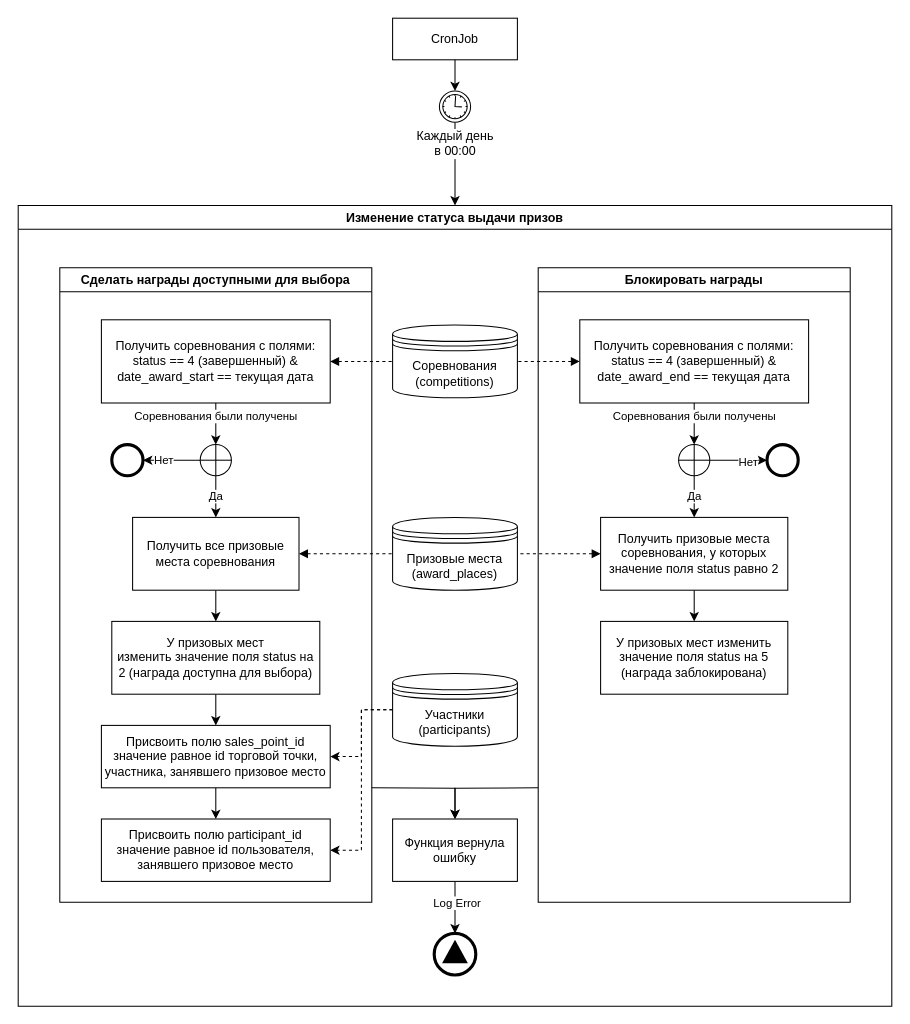
Above: page "Период вручения наград" (1 of 5) of Награждение участников.drawio in aau8/draw.io (draw.io), before the change. Source tidied: cells renumbered, new cells numbered last; positions are measured from the earlier drawing's top-left corner, leaving out a move shared by most shapes. Both pictures are drawn from the tidied source at 104%, with x=0, y=0 at pixel (18, 18).
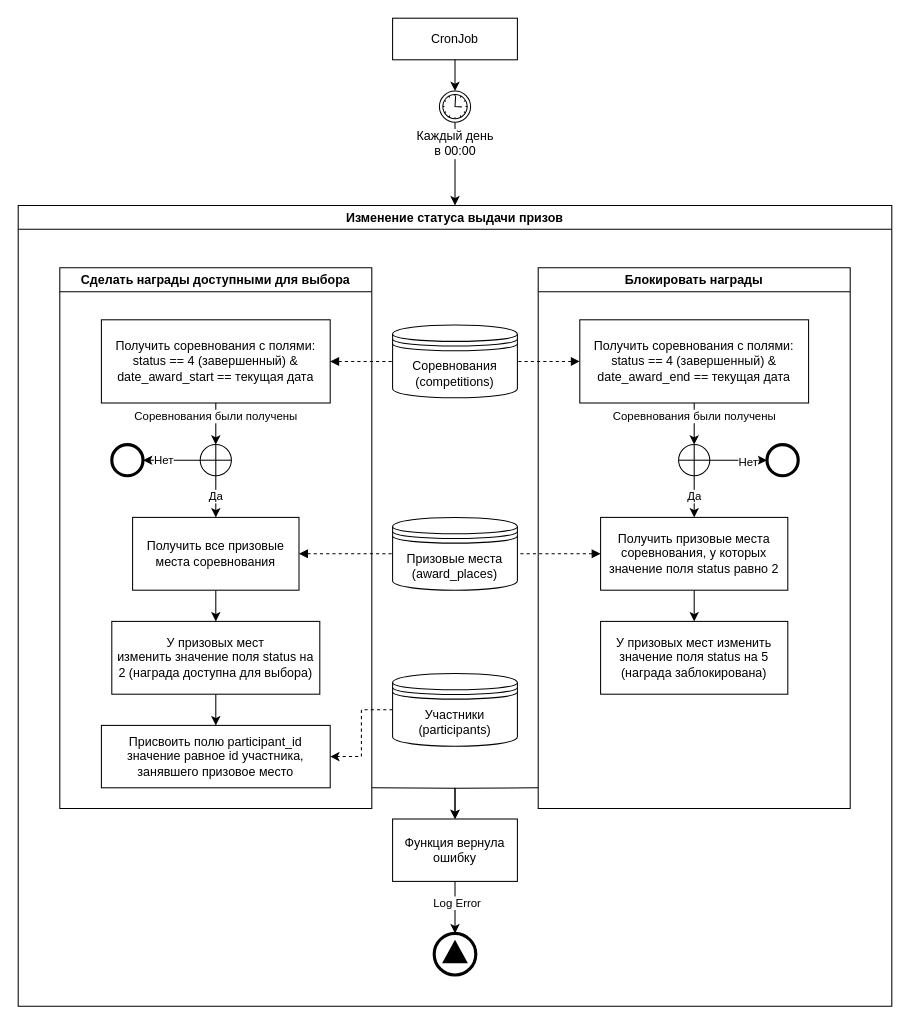
The same page after the edit.

The change refers to these unchanged cells:
```xml
<mxCell id="6" value="Изменение статуса выдачи призов" style="swimlane;" parent="1" vertex="1">
  <mxGeometry y="180" width="840" height="770" as="geometry" />
</mxCell>
<mxCell id="34" value="У призовых мест&lt;br&gt;изменить значение поля status на 2 (награда доступна для выбора&lt;span id=&quot;docs-internal-guid-a5fbda73-7fff-3050-be4a-004d5840d798&quot;&gt;&lt;/span&gt;)" style="rounded=0;whiteSpace=wrap;html=1;" parent="22" vertex="1">
  <mxGeometry x="50" y="340" width="200" height="70" as="geometry" />
</mxCell>
<mxCell id="48" value="Участники&lt;br&gt;(participants)" style="shape=datastore;whiteSpace=wrap;html=1;" parent="6" vertex="1">
  <mxGeometry x="360" y="450" width="120" height="70" as="geometry" />
</mxCell>
```

Change to the diagram source:
```diff
@@
     <mxCell id="9" value="Блокировать награды" style="swimlane;whiteSpace=wrap;html=1;" parent="6" vertex="1">
-      <mxGeometry x="500" y="60" width="300" height="610" as="geometry" />
+      <mxGeometry x="500" y="60" width="300" height="520" as="geometry" />
     </mxCell>
@@
     <mxCell id="22" value="Сделать награды доступными для выбора" style="swimlane;whiteSpace=wrap;html=1;" parent="6" vertex="1">
-      <mxGeometry x="40" y="60" width="300" height="610" as="geometry" />
+      <mxGeometry x="40" y="60" width="300" height="520" as="geometry" />
     </mxCell>
@@
-    <mxCell id="33" style="edgeStyle=orthogonalEdgeStyle;rounded=0;jettySize=auto;html=1;" parent="22" edge="1" source="34" target="36">
+    <mxCell id="33" style="edgeStyle=orthogonalEdgeStyle;rounded=0;jettySize=auto;html=1;" parent="22" edge="1" source="34" target="37">
       <mxGeometry relative="1" as="geometry" />
     </mxCell>
@@
-    <mxCell id="35" style="edgeStyle=orthogonalEdgeStyle;rounded=0;jettySize=auto;html=1;" parent="22" edge="1" source="36" target="37">
-      <mxGeometry relative="1" as="geometry" />
-    </mxCell>
-    <mxCell id="36" value="Присвоить полю sales_point_id значение равное id торговой точки, участника, занявшего призовое место" style="whiteSpace=wrap;html=1;rounded=0;" parent="22" vertex="1">
-      <mxGeometry x="40" y="440" width="220" height="60" as="geometry" />
-    </mxCell>
-    <mxCell id="37" value="Присвоить полю participant_id значение равное id пользователя, занявшего призовое место" style="whiteSpace=wrap;html=1;rounded=0;" parent="22" vertex="1">
-      <mxGeometry x="40" y="530" width="220" height="60" as="geometry" />
+    <mxCell id="37" value="Присвоить полю participant_id значение равное id участника, занявшего призовое место" style="whiteSpace=wrap;html=1;rounded=0;" parent="22" vertex="1">
+      <mxGeometry x="40" y="440" width="220" height="60" as="geometry" />
     </mxCell>
@@
-    <mxCell id="47" style="edgeStyle=orthogonalEdgeStyle;rounded=0;jettySize=auto;html=1;dashed=1;" parent="6" edge="1" source="48" target="36">
-      <mxGeometry relative="1" as="geometry" />
-    </mxCell>
```
